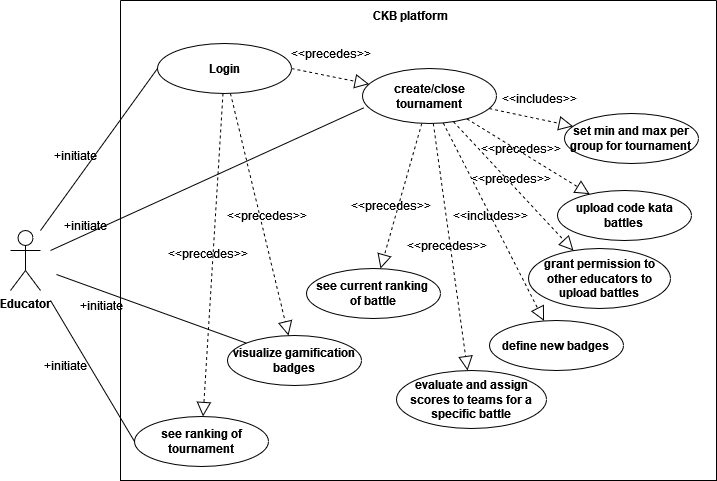
This is RASD/LaTeX/Images/UCD_educators.png from federico-zanca/SE2-RDD-ZancaCostantiniZhuge, a draw.io export, as it was before one commit. Source tidied: cells renumbered, new cells last; positions are measured from the earlier drawing's top-left corner, leaving out a move shared by most shapes.
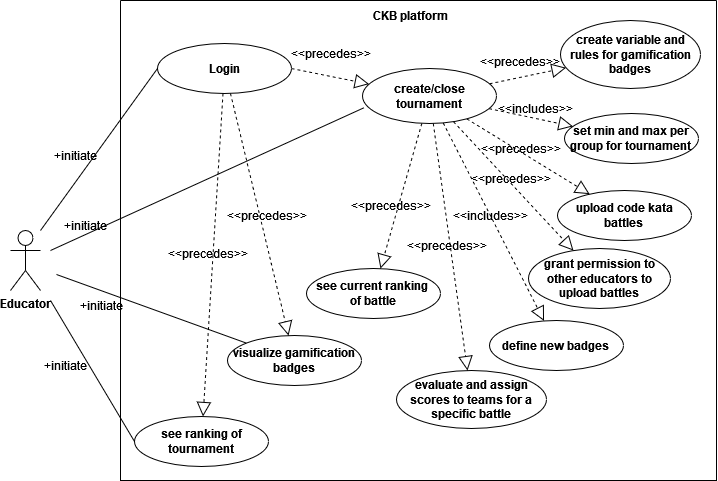
After the change.

The edit, as a diff of the source:
```diff
@@ -64,7 +64,7 @@
       <mxGeometry x="160" y="38" width="100" height="30" as="geometry" />
     </mxCell>
     <mxCell id="21" value="&amp;lt;&amp;lt;includes&amp;gt;&amp;gt;" style="text;html=1;align=center;verticalAlign=middle;strokeColor=none;fillColor=none;" parent="3" vertex="1">
-      <mxGeometry x="369" y="83" width="100" height="30" as="geometry" />
+      <mxGeometry x="365" y="93" width="100" height="30" as="geometry" />
     </mxCell>
     <mxCell id="22" value="&amp;lt;&amp;lt;precedes&amp;gt;&amp;gt;" style="text;html=1;align=center;verticalAlign=middle;strokeColor=none;fillColor=none;" parent="3" vertex="1">
       <mxGeometry x="276" y="230" width="100" height="30" as="geometry" />
@@ -105,6 +105,12 @@
     <mxCell id="34" value="&amp;lt;&amp;lt;precedes&amp;gt;&amp;gt;" style="text;html=1;align=center;verticalAlign=middle;strokeColor=none;fillColor=none;" parent="3" vertex="1">
       <mxGeometry x="220" y="190" width="100" height="30" as="geometry" />
     </mxCell>
+    <mxCell id="42" value="&lt;b&gt;create variable and rules for gamification badges&lt;br&gt;&lt;/b&gt;" style="ellipse;whiteSpace=wrap;html=1;" parent="3" vertex="1">
+      <mxGeometry x="440" y="20" width="140" height="68" as="geometry" />
+    </mxCell>
+    <mxCell id="43" style="endArrow=block;dashed=1;endFill=0;endSize=12;html=1;rounded=0;" parent="3" edge="1" source="7" target="42">
+      <mxGeometry relative="1" as="geometry" />
+    </mxCell>
     <mxCell id="35" value="+initiate" style="text;html=1;align=center;verticalAlign=middle;strokeColor=none;fillColor=none;" parent="1" vertex="1">
       <mxGeometry x="30" y="140" width="70" height="30" as="geometry" />
     </mxCell>
@@ -132,5 +138,8 @@
     <mxCell id="41" value="+initiate" style="text;html=1;align=center;verticalAlign=middle;strokeColor=none;fillColor=none;" parent="1" vertex="1">
       <mxGeometry x="56" y="290" width="70" height="30" as="geometry" />
     </mxCell>
+    <mxCell id="44" value="&amp;lt;&amp;lt;precedes&amp;gt;&amp;gt;" style="text;html=1;align=center;verticalAlign=middle;strokeColor=none;fillColor=none;" parent="1" vertex="1">
+      <mxGeometry x="459" y="46" width="100" height="30" as="geometry" />
+    </mxCell>
   </root>
 </mxGraphModel>
```
